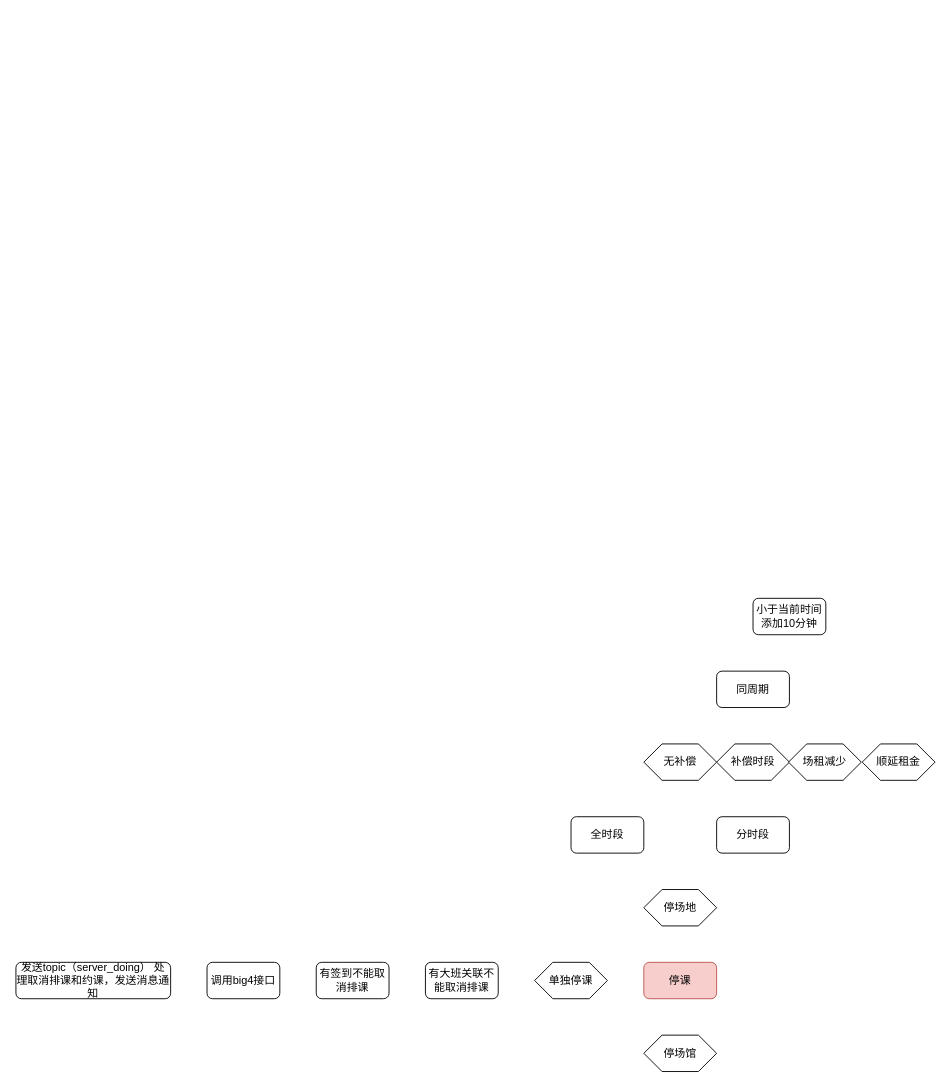
Before: 停课.drawio in akun87/activity, a draw.io diagram. Source tidied: cells renumbered, new cells numbered last; positions are measured from the earlier drawing's top-left corner, leaving out a move shared by most shapes. Both pictures are drawn from the tidied source at 91%, with x=0, y=0 at pixel (15, 598).
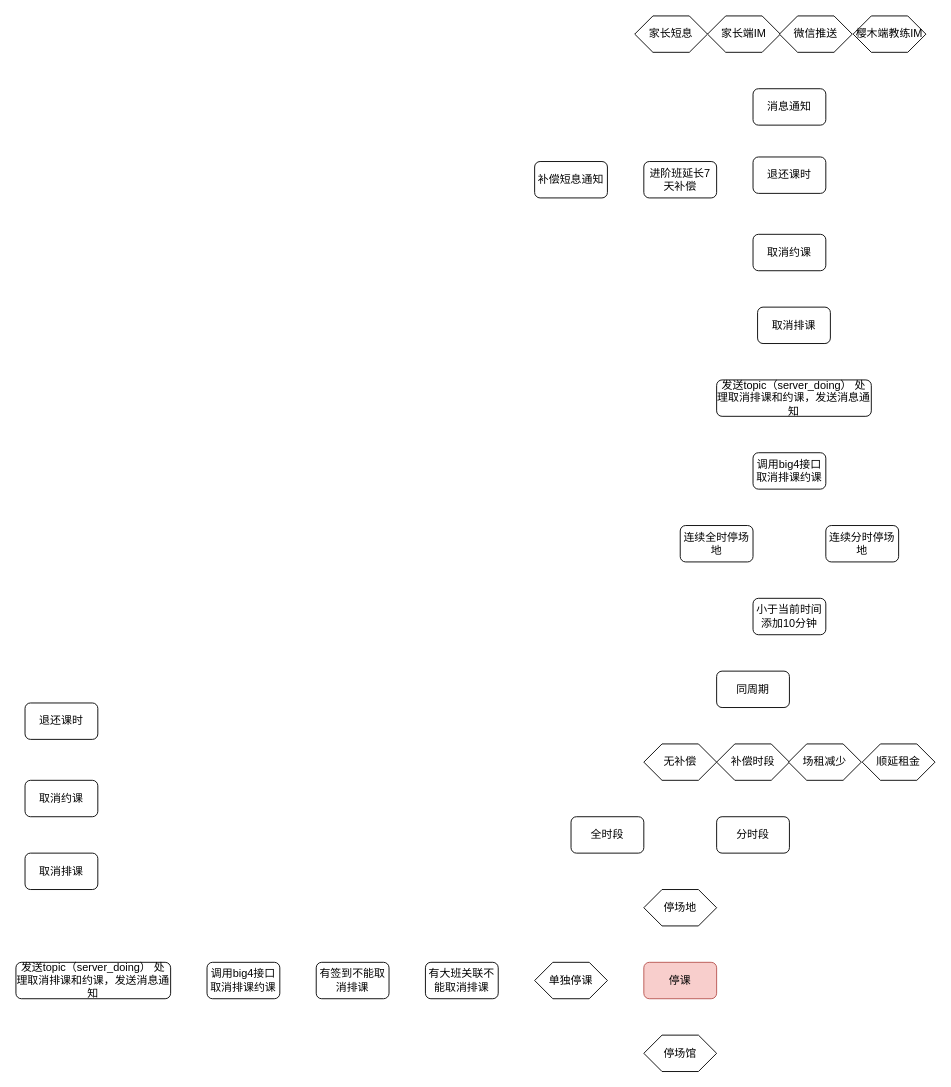
Above is the later version.

The edit, as a diff of the source:
```diff
@@
-    <mxCell id="8" value="调用big4接口" style="rounded=1;whiteSpace=wrap;html=1;" parent="1" vertex="1">
+    <mxCell id="8" value="调用big4接口取消排课约课" style="rounded=1;whiteSpace=wrap;html=1;" parent="1" vertex="1">
       <mxGeometry x="210" y="400" width="80" height="40" as="geometry" />
     </mxCell>
@@
+    <mxCell id="18" value="连续全时停场地" style="rounded=1;whiteSpace=wrap;html=1;" parent="1" vertex="1">
+      <mxGeometry x="730" y="-80" width="80" height="40" as="geometry" />
+    </mxCell>
+    <mxCell id="19" value="连续分时停场地" style="rounded=1;whiteSpace=wrap;html=1;" parent="1" vertex="1">
+      <mxGeometry x="890" y="-80" width="80" height="40" as="geometry" />
+    </mxCell>
+    <mxCell id="20" value="调用big4接口取消排课约课" style="rounded=1;whiteSpace=wrap;html=1;" parent="1" vertex="1">
+      <mxGeometry x="810" y="-160" width="80" height="40" as="geometry" />
+    </mxCell>
+    <mxCell id="21" value="发送topic（server_doing） 处理取消排课和约课，发送消息通知" style="rounded=1;whiteSpace=wrap;html=1;" parent="1" vertex="1">
+      <mxGeometry x="770" y="-240" width="170" height="40" as="geometry" />
+    </mxCell>
+    <mxCell id="22" value="进阶班延长7天补偿" style="rounded=1;whiteSpace=wrap;html=1;" parent="1" vertex="1">
+      <mxGeometry x="690" y="-480" width="80" height="40" as="geometry" />
+    </mxCell>
+    <mxCell id="23" value="取消排课" style="rounded=1;whiteSpace=wrap;html=1;" parent="1" vertex="1">
+      <mxGeometry x="815" y="-320" width="80" height="40" as="geometry" />
+    </mxCell>
+    <mxCell id="24" value="取消约课" style="rounded=1;whiteSpace=wrap;html=1;" parent="1" vertex="1">
+      <mxGeometry x="810" y="-400" width="80" height="40" as="geometry" />
+    </mxCell>
+    <mxCell id="25" value="退还课时" style="rounded=1;whiteSpace=wrap;html=1;" parent="1" vertex="1">
+      <mxGeometry x="810" y="-485" width="80" height="40" as="geometry" />
+    </mxCell>
+    <mxCell id="26" value="补偿短息通知" style="rounded=1;whiteSpace=wrap;html=1;" parent="1" vertex="1">
+      <mxGeometry x="570" y="-480" width="80" height="40" as="geometry" />
+    </mxCell>
+    <mxCell id="27" value="消息通知" style="rounded=1;whiteSpace=wrap;html=1;" parent="1" vertex="1">
+      <mxGeometry x="810" y="-560" width="80" height="40" as="geometry" />
+    </mxCell>
+    <mxCell id="28" value="家长短息" style="shape=hexagon;perimeter=hexagonPerimeter2;whiteSpace=wrap;html=1;" parent="1" vertex="1">
+      <mxGeometry x="680" y="-640" width="80" height="40" as="geometry" />
+    </mxCell>
+    <mxCell id="29" value="家长端IM" style="shape=hexagon;perimeter=hexagonPerimeter2;whiteSpace=wrap;html=1;" parent="1" vertex="1">
+      <mxGeometry x="760" y="-640" width="80" height="40" as="geometry" />
+    </mxCell>
+    <mxCell id="30" value="微信推送" style="shape=hexagon;perimeter=hexagonPerimeter2;whiteSpace=wrap;html=1;" parent="1" vertex="1">
+      <mxGeometry x="839" y="-640" width="80" height="40" as="geometry" />
+    </mxCell>
+    <mxCell id="31" value="樱木端教练IM" style="shape=hexagon;perimeter=hexagonPerimeter2;whiteSpace=wrap;html=1;" parent="1" vertex="1">
+      <mxGeometry x="920" y="-640" width="80" height="40" as="geometry" />
+    </mxCell>
+    <mxCell id="32" value="取消排课" style="rounded=1;whiteSpace=wrap;html=1;" parent="1" vertex="1">
+      <mxGeometry x="10" y="280" width="80" height="40" as="geometry" />
+    </mxCell>
+    <mxCell id="33" value="取消约课" style="rounded=1;whiteSpace=wrap;html=1;" parent="1" vertex="1">
+      <mxGeometry x="10" y="200" width="80" height="40" as="geometry" />
+    </mxCell>
+    <mxCell id="34" value="退还课时" style="rounded=1;whiteSpace=wrap;html=1;" parent="1" vertex="1">
+      <mxGeometry x="10" y="115" width="80" height="40" as="geometry" />
+    </mxCell>
```
